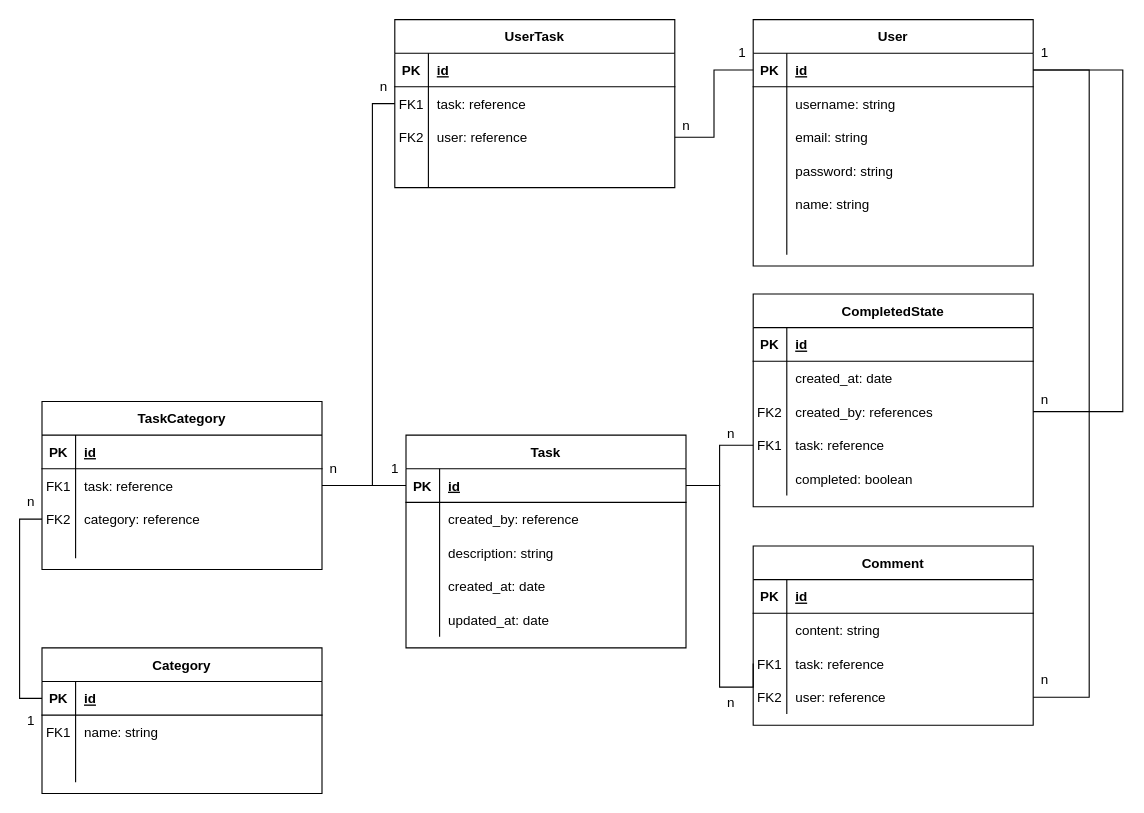
Before: diagrama_datos.drawio in kikeverea/checklist, a draw.io diagram. Source tidied: cells renumbered, new cells numbered last; positions are measured from the earlier drawing's top-left corner, leaving out a move shared by most shapes. Both pictures are drawn from the tidied source at 112%, with x=0, y=0 at pixel (19, 19).
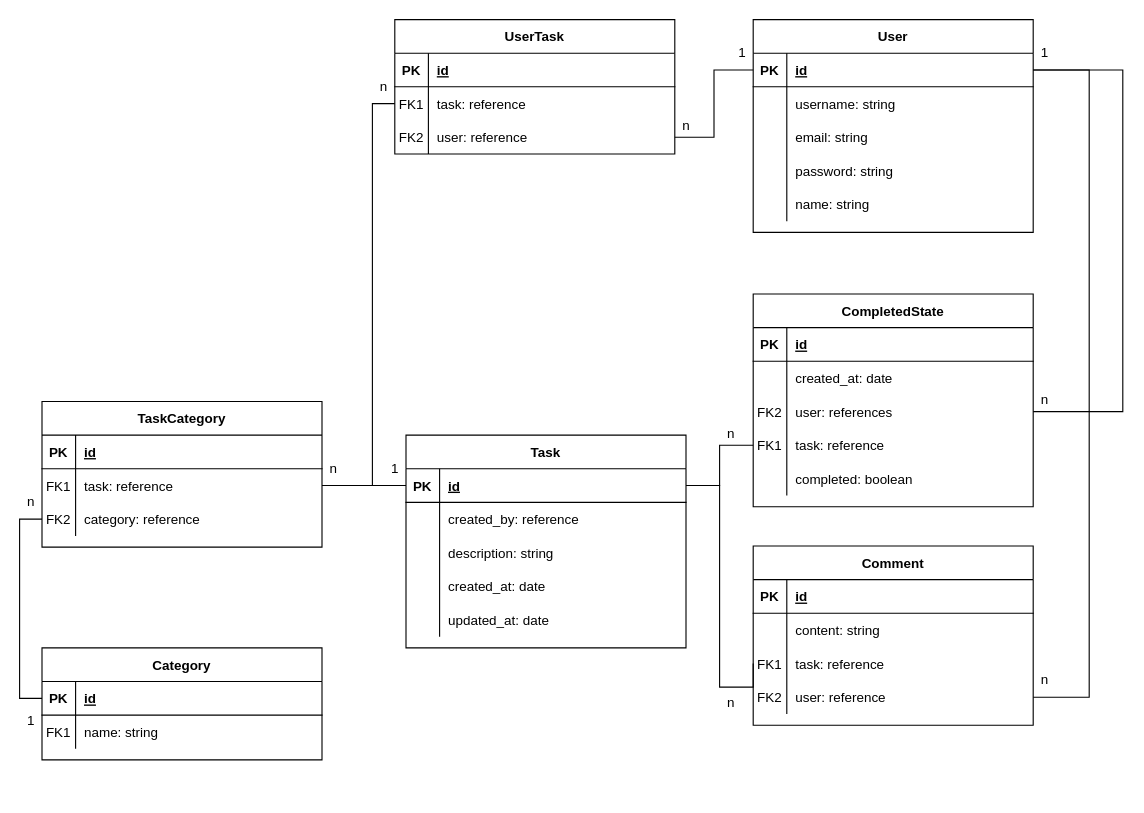
The same diagram, later.

Commit message (it also covers changes not shown here):
Auth backend interactions with user token

Unchanged cells that the change refers to:
```xml
<mxCell id="104" style="shape=partialRectangle;fillColor=none;points=[[0,0.5],[1,0.5]];portConstraint=eastwest;top=0;left=0;right=0;bottom=0;" parent="97" vertex="1">
  <mxGeometry y="90" width="250" height="30" as="geometry" />
</mxCell>
```

The edit, as a diff of the source:
```diff
@@
     <mxCell id="2" value="Category" style="shape=table;startSize=30;childLayout=tableLayout;rowLines=0;fontStyle=1;align=center;" parent="1" vertex="1">
-      <mxGeometry x="20" y="561" width="250" height="130" as="geometry" />
+      <mxGeometry x="20" y="561" width="250" height="100" as="geometry" />
     </mxCell>
@@
-    <mxCell id="9" style="shape=partialRectangle;fillColor=none;top=0;left=0;right=0;bottom=0;" parent="2" vertex="1">
-      <mxGeometry y="90" width="250" height="30" as="geometry" />
-    </mxCell>
-    <mxCell id="10" style="shape=partialRectangle;overflow=hidden;fillColor=none;top=0;left=0;bottom=0;right=0;" parent="9" vertex="1">
-      <mxGeometry width="30" height="30" as="geometry" />
-    </mxCell>
-    <mxCell id="11" style="shape=partialRectangle;overflow=hidden;fillColor=none;top=0;left=0;bottom=0;right=0;align=left;spacingLeft=6;" parent="9" vertex="1">
-      <mxGeometry x="30" width="220" height="30" as="geometry" />
-    </mxCell>
     <mxCell id="12" value="User" style="shape=table;startSize=30;childLayout=tableLayout;rowLines=0;fontStyle=1;align=center;" parent="1" vertex="1">
-      <mxGeometry x="655" width="250" height="220" as="geometry" />
+      <mxGeometry x="655" width="250" height="190" as="geometry" />
     </mxCell>
@@
-    <mxCell id="28" style="shape=partialRectangle;fillColor=none;top=0;left=0;right=0;bottom=0;" parent="12" vertex="1">
-      <mxGeometry y="180" width="250" height="30" as="geometry" />
-    </mxCell>
-    <mxCell id="29" style="shape=partialRectangle;overflow=hidden;fillColor=none;top=0;left=0;bottom=0;right=0;" parent="28" vertex="1">
-      <mxGeometry width="30" height="30" as="geometry" />
-    </mxCell>
-    <mxCell id="30" style="shape=partialRectangle;overflow=hidden;fillColor=none;top=0;left=0;bottom=0;right=0;align=left;spacingLeft=6;" parent="28" vertex="1">
-      <mxGeometry x="30" width="220" height="30" as="geometry" />
-    </mxCell>
@@
     <mxCell id="47" value="TaskCategory" style="shape=table;startSize=30;childLayout=tableLayout;rowLines=0;fontStyle=1;align=center;" parent="1" vertex="1">
-      <mxGeometry x="20" y="341" width="250" height="150" as="geometry" />
+      <mxGeometry x="20" y="341" width="250" height="130" as="geometry" />
     </mxCell>
@@
-    <mxCell id="57" style="shape=partialRectangle;fillColor=none;top=0;left=0;right=0;bottom=0;" parent="47" vertex="1">
-      <mxGeometry y="120" width="250" height="20" as="geometry" />
-    </mxCell>
-    <mxCell id="58" style="shape=partialRectangle;overflow=hidden;fillColor=none;top=0;left=0;bottom=0;right=0;" parent="57" vertex="1">
-      <mxGeometry width="30" height="20" as="geometry" />
-    </mxCell>
-    <mxCell id="59" style="shape=partialRectangle;overflow=hidden;fillColor=none;top=0;left=0;bottom=0;right=0;align=left;spacingLeft=6;" parent="57" vertex="1">
-      <mxGeometry x="30" width="220" height="20" as="geometry" />
-    </mxCell>
@@
     <mxCell id="73" value="UserTask" style="shape=table;startSize=30;childLayout=tableLayout;rowLines=0;fontStyle=1;align=center;" parent="1" vertex="1">
-      <mxGeometry x="335" width="250" height="150" as="geometry" />
+      <mxGeometry x="335" width="250" height="120" as="geometry" />
     </mxCell>
@@
-    <mxCell id="83" style="shape=partialRectangle;fillColor=none;top=0;left=0;right=0;bottom=0;" parent="73" vertex="1">
-      <mxGeometry y="120" width="250" height="30" as="geometry" />
-    </mxCell>
-    <mxCell id="84" style="shape=partialRectangle;overflow=hidden;fillColor=none;top=0;left=0;bottom=0;right=0;" parent="83" vertex="1">
-      <mxGeometry width="30" height="30" as="geometry" />
-    </mxCell>
-    <mxCell id="85" style="shape=partialRectangle;overflow=hidden;fillColor=none;top=0;left=0;bottom=0;right=0;align=left;spacingLeft=6;" parent="83" vertex="1">
-      <mxGeometry x="30" width="220" height="30" as="geometry" />
-    </mxCell>
@@
-    <mxCell id="106" value="created_by: references" style="shape=partialRectangle;overflow=hidden;fillColor=none;top=0;left=0;bottom=0;right=0;align=left;spacingLeft=6;" parent="104" vertex="1">
+    <mxCell id="106" value="user: references" style="shape=partialRectangle;overflow=hidden;fillColor=none;top=0;left=0;bottom=0;right=0;align=left;spacingLeft=6;" parent="104" vertex="1">
       <mxGeometry x="30" width="220" height="30" as="geometry" />
     </mxCell>
```
